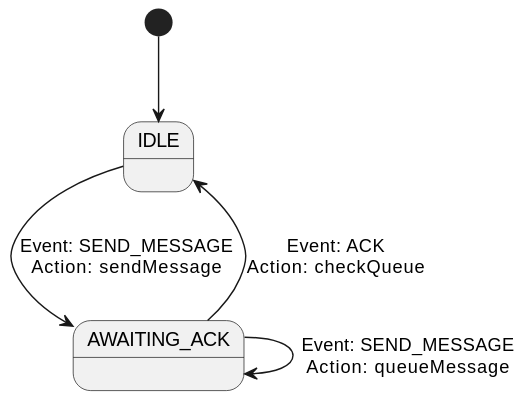
Before: simpleCommunicator.svg, a diagram exported from PlantUML (FSMLang/FSMLang.github.io).
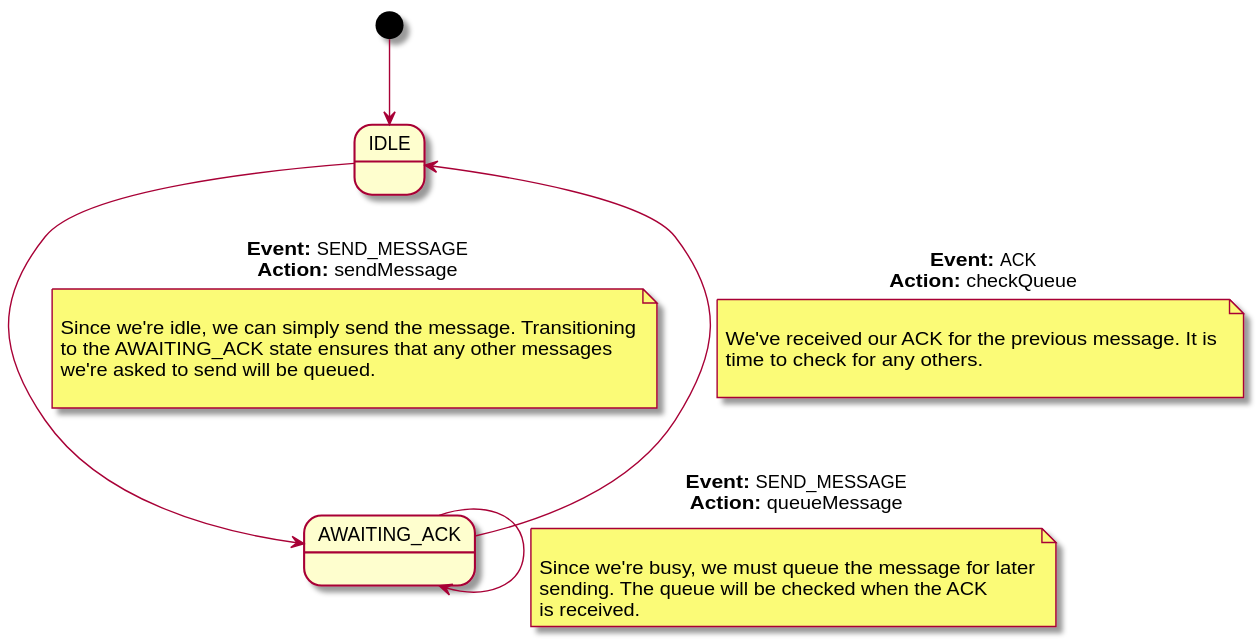
Later version of the same file.

Change to the diagram source:
```diff
@@ -3,7 +3,27 @@
 state AWAITING_ACK
 
 [*] --> IDLE
-IDLE --> AWAITING_ACK : Event: SEND_MESSAGE\nAction: sendMessage
-AWAITING_ACK --> IDLE : Event: ACK\nAction: checkQueue
-AWAITING_ACK --> AWAITING_ACK : Event: SEND_MESSAGE\nAction: queueMessage
+IDLE --> AWAITING_ACK : **Event:** SEND_MESSAGE\n**Action:** sendMessage
+note on link
+
+    Since we're idle, we can simply send the message.  Transitioning
+    to the AWAITING_ACK state ensures that any other messages
+    we're asked to send will be queued.
+
+end note
+AWAITING_ACK --> IDLE : **Event:** ACK\n**Action:** checkQueue
+note on link
+
+    We've received our ACK for the previous message.  It is
+    time to check for any others.
+
+end note
+AWAITING_ACK --> AWAITING_ACK : **Event:** SEND_MESSAGE\n**Action:** queueMessage
+
+note on link
+
+    Since we're busy, we must queue the message for later
+    sending.  The queue will be checked when the ACK
+    is received.
+  end note
 @enduml
```
